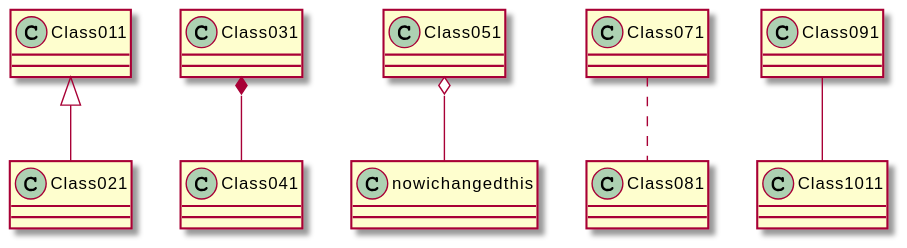
Before: meilenstein_03/sub/pumltest2.svg, a diagram exported from PlantUML (weichware10/meilensteine).
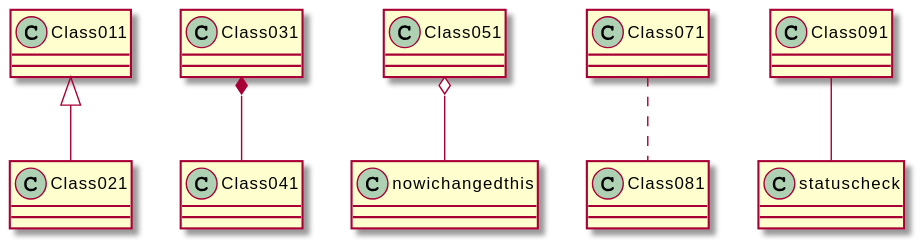
After the change.

Commit message:
Render PlantUML SVGs

Change to the diagram source:
```diff
@@ -3,5 +3,5 @@
 Class031 *-- Class041
 Class051 o-- nowichangedthis
 Class071 .. Class081
-Class091 -- Class1011
+Class091 -- statuscheck
 @enduml
```
